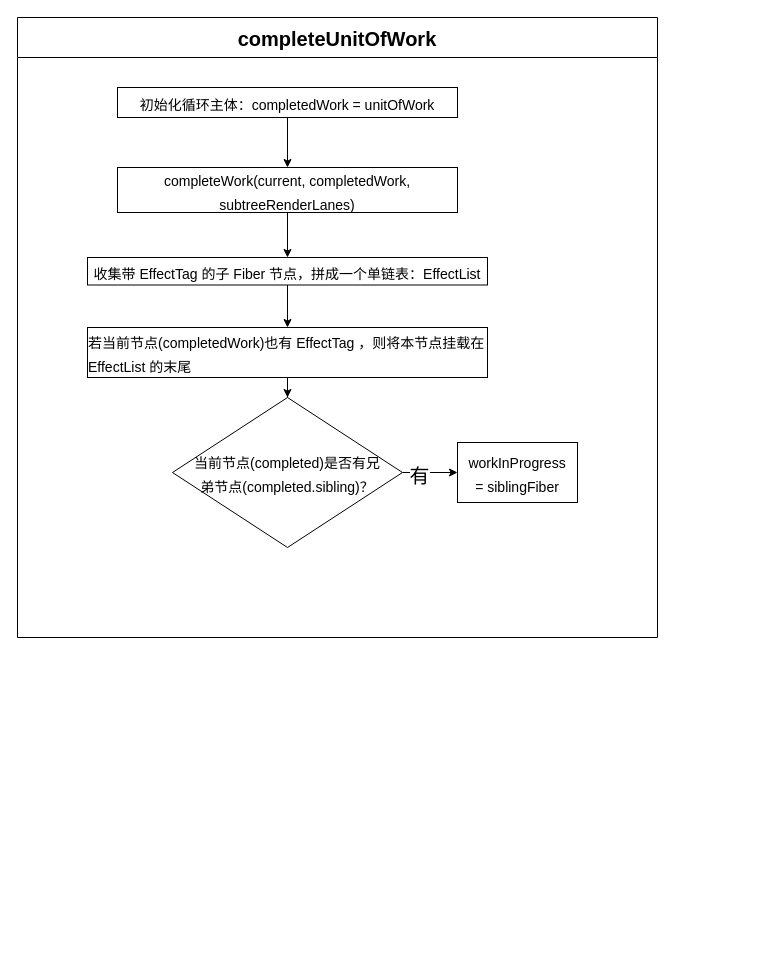
Array-Huang/blog keeps this draw.io diagram as react源码解析 - completeUnitOfWork流程图.drawio. Above is the earlier version. Source tidied: cells renumbered, new cells numbered last; positions are measured from the earlier drawing's top-left corner, leaving out a move shared by most shapes. Both pictures are drawn from the tidied source at 100%, with x=0, y=0 at pixel (17, 17).
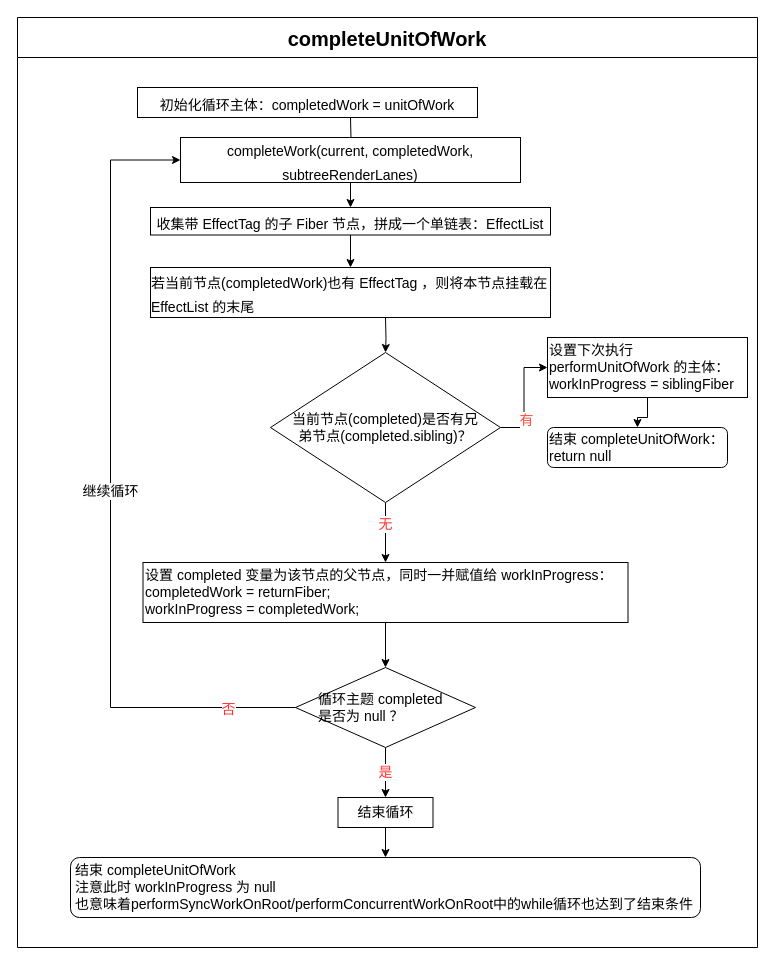
After the change.

Commit message (it also covers changes not shown here):
更新react源码解析 - completeUnitOfWork流程图.drawio

Change to the diagram source:
```diff
@@
     <mxCell id="2" value="completeUnitOfWork" style="swimlane;fontSize=20;startSize=40;" parent="1" vertex="1">
-      <mxGeometry width="640" height="620" as="geometry" />
+      <mxGeometry width="740" height="930" as="geometry" />
     </mxCell>
-    <mxCell id="3" style="edgeStyle=orthogonalEdgeStyle;rounded=0;jettySize=auto;html=1;fontSize=20;" parent="2" edge="1" source="4" target="6">
-      <mxGeometry relative="1" as="geometry" />
+    <mxCell id="3" style="edgeStyle=orthogonalEdgeStyle;rounded=0;jettySize=auto;html=1;fontSize=20;" parent="2" edge="1" target="6">
+      <mxGeometry relative="1" as="geometry">
+        <mxPoint x="333" y="100" as="sourcePoint" />
+      </mxGeometry>
     </mxCell>
     <mxCell id="4" value="&lt;font style=&quot;font-size: 14px&quot;&gt;初始化循环主体：completedWork = unitOfWork&lt;/font&gt;" style="rounded=0;whiteSpace=wrap;html=1;fontSize=20;" parent="2" vertex="1">
-      <mxGeometry x="100" y="70" width="340" height="30" as="geometry" />
+      <mxGeometry x="120" y="70" width="340" height="30" as="geometry" />
     </mxCell>
@@
     <mxCell id="6" value="&lt;font style=&quot;font-size: 14px&quot;&gt;completeWork(current, completedWork, subtreeRenderLanes)&lt;/font&gt;" style="whiteSpace=wrap;html=1;rounded=0;fontSize=20;" parent="2" vertex="1">
-      <mxGeometry x="100" y="150" width="340" height="45" as="geometry" />
+      <mxGeometry x="163" y="120" width="340" height="45" as="geometry" />
     </mxCell>
@@
     <mxCell id="8" value="&lt;font style=&quot;font-size: 14px&quot;&gt;收集带 EffectTag 的子 Fiber 节点，拼成一个单链表：EffectList&lt;/font&gt;" style="whiteSpace=wrap;html=1;rounded=0;fontSize=20;" parent="2" vertex="1">
-      <mxGeometry x="70" y="240" width="400" height="27.5" as="geometry" />
+      <mxGeometry x="133" y="190" width="400" height="27.5" as="geometry" />
     </mxCell>
-    <mxCell id="9" style="edgeStyle=orthogonalEdgeStyle;rounded=0;jettySize=auto;html=1;fontSize=20;" parent="2" edge="1" source="10" target="13">
-      <mxGeometry relative="1" as="geometry" />
+    <mxCell id="9" style="edgeStyle=orthogonalEdgeStyle;rounded=0;jettySize=auto;html=1;fontSize=20;" parent="2" edge="1" target="13">
+      <mxGeometry relative="1" as="geometry">
+        <mxPoint x="368" y="300" as="sourcePoint" />
+      </mxGeometry>
     </mxCell>
     <mxCell id="10" value="&lt;div style=&quot;text-align: left&quot;&gt;&lt;span style=&quot;font-size: 14px&quot;&gt;若当前节点(completedWork)也有 EffectTag ，则将本节点挂载在 EffectList 的末尾&lt;/span&gt;&lt;/div&gt;" style="whiteSpace=wrap;html=1;rounded=0;fontSize=20;" parent="2" vertex="1">
-      <mxGeometry x="70" y="310" width="400" height="50" as="geometry" />
+      <mxGeometry x="133" y="250" width="400" height="50" as="geometry" />
     </mxCell>
-    <mxCell id="11" style="edgeStyle=orthogonalEdgeStyle;rounded=0;jettySize=auto;html=1;fontSize=20;" parent="2" edge="1" source="13" target="14">
+    <mxCell id="11" style="edgeStyle=orthogonalEdgeStyle;rounded=0;jettySize=auto;html=1;fontSize=20;entryX=0;entryY=0.5;entryDx=0;entryDy=0;" parent="2" edge="1" source="13" target="14">
       <mxGeometry relative="1" as="geometry" />
     </mxCell>
-    <mxCell id="12" value="有" style="edgeLabel;html=1;align=center;verticalAlign=middle;fontSize=20;" parent="11" vertex="1">
+    <mxCell id="12" value="&lt;font color=&quot;#ff4d40&quot;&gt;有&lt;/font&gt;" style="edgeLabel;html=1;align=center;verticalAlign=middle;fontSize=14;" parent="11" vertex="1">
       <mxGeometry x="-0.42" y="-2" relative="1" as="geometry" />
     </mxCell>
+    <mxCell id="15" style="edgeStyle=orthogonalEdgeStyle;rounded=0;jettySize=auto;html=1;fontSize=14;" parent="2" edge="1" source="13" target="20">
+      <mxGeometry relative="1" as="geometry" />
+    </mxCell>
+    <mxCell id="16" value="&lt;font color=&quot;#ff3333&quot;&gt;无&lt;/font&gt;" style="edgeLabel;html=1;align=center;verticalAlign=middle;fontSize=14;" parent="15" vertex="1">
+      <mxGeometry x="-0.31" y="-1" relative="1" as="geometry" />
+    </mxCell>
-    <mxCell id="13" value="&lt;font style=&quot;font-size: 14px&quot;&gt;当前节点(completed)是否有兄弟节点(completed.sibling)？&lt;/font&gt;" style="rhombus;whiteSpace=wrap;html=1;rounded=0;fontSize=20;spacing=23;" parent="2" vertex="1">
-      <mxGeometry x="155" y="380" width="230" height="150" as="geometry" />
+    <mxCell id="13" value="&lt;font style=&quot;font-size: 14px&quot;&gt;当前节点(completed)是否有兄弟节点(completed.sibling)？&lt;/font&gt;" style="rhombus;whiteSpace=wrap;html=1;rounded=0;fontSize=14;spacing=23;" parent="2" vertex="1">
+      <mxGeometry x="253" y="335" width="230" height="150" as="geometry" />
     </mxCell>
+    <mxCell id="17" style="edgeStyle=orthogonalEdgeStyle;rounded=0;jettySize=auto;html=1;fontSize=14;" parent="2" edge="1" source="14" target="18">
+      <mxGeometry relative="1" as="geometry" />
+    </mxCell>
-    <mxCell id="14" value="&lt;font style=&quot;font-size: 14px&quot;&gt;workInProgress = siblingFiber&lt;/font&gt;" style="whiteSpace=wrap;html=1;rounded=0;fontSize=20;spacing=23;" parent="2" vertex="1">
-      <mxGeometry x="440" y="425" width="120" height="60" as="geometry" />
+    <mxCell id="14" value="&lt;font style=&quot;font-size: 14px&quot;&gt;设置下次执行 performUnitOfWork 的主体：workInProgress = siblingFiber&lt;/font&gt;" style="whiteSpace=wrap;html=1;rounded=0;fontSize=14;spacing=2;align=left;" parent="2" vertex="1">
+      <mxGeometry x="530" y="320" width="200" height="60" as="geometry" />
     </mxCell>
+    <mxCell id="18" value="结束 completeUnitOfWork：&lt;br&gt;return null" style="rounded=1;whiteSpace=wrap;html=1;fontSize=14;align=left;" parent="2" vertex="1">
+      <mxGeometry x="530" y="410" width="180" height="40" as="geometry" />
+    </mxCell>
+    <mxCell id="19" style="edgeStyle=orthogonalEdgeStyle;rounded=0;jettySize=auto;html=1;fontSize=14;" parent="2" edge="1" source="20" target="24">
+      <mxGeometry relative="1" as="geometry" />
+    </mxCell>
+    <mxCell id="20" value="设置 completed 变量为该节点的父节点，同时一并赋值给 workInProgress：&lt;br&gt;completedWork = returnFiber;&lt;br&gt;workInProgress = completedWork;" style="whiteSpace=wrap;html=1;rounded=0;fontSize=14;spacing=2;align=left;" parent="2" vertex="1">
+      <mxGeometry x="125.5" y="545" width="485" height="60" as="geometry" />
+    </mxCell>
+    <mxCell id="21" value="&lt;font color=&quot;#ff3333&quot;&gt;是&lt;/font&gt;" style="edgeStyle=orthogonalEdgeStyle;rounded=0;jettySize=auto;html=1;fontSize=14;" parent="2" edge="1" source="24" target="26">
+      <mxGeometry relative="1" as="geometry" />
+    </mxCell>
+    <mxCell id="22" value="继续循环" style="edgeStyle=orthogonalEdgeStyle;rounded=0;jettySize=auto;html=1;exitX=0;exitY=0.5;exitDx=0;exitDy=0;entryX=0;entryY=0.5;entryDx=0;entryDy=0;fontSize=14;" parent="2" edge="1" source="24" target="6">
+      <mxGeometry relative="1" as="geometry">
+        <Array as="points">
+          <mxPoint x="93" y="690" />
+          <mxPoint x="93" y="143" />
+        </Array>
+      </mxGeometry>
+    </mxCell>
+    <mxCell id="23" value="&lt;font color=&quot;#ff3333&quot;&gt;否&lt;/font&gt;" style="edgeLabel;html=1;align=center;verticalAlign=middle;fontSize=14;" parent="22" vertex="1">
+      <mxGeometry x="-0.83" y="1" relative="1" as="geometry" />
+    </mxCell>
+    <mxCell id="24" value="循环主题 completed 是否为 null ？" style="rhombus;whiteSpace=wrap;html=1;rounded=0;fontSize=14;align=left;spacing=23;" parent="2" vertex="1">
+      <mxGeometry x="278" y="650" width="180" height="80" as="geometry" />
+    </mxCell>
+    <mxCell id="25" style="edgeStyle=orthogonalEdgeStyle;rounded=0;jettySize=auto;html=1;fontSize=14;entryX=0.5;entryY=0;entryDx=0;entryDy=0;entryPerimeter=0;" parent="2" edge="1" source="26" target="27">
+      <mxGeometry relative="1" as="geometry" />
+    </mxCell>
+    <mxCell id="26" value="结束循环" style="whiteSpace=wrap;html=1;rounded=0;fontSize=14;align=center;spacing=2;" parent="2" vertex="1">
+      <mxGeometry x="320.5" y="780" width="95" height="30" as="geometry" />
+    </mxCell>
+    <mxCell id="27" value="结束 completeUnitOfWork&lt;br&gt;注意此时 workInProgress 为 null&lt;br&gt;也意味着performSyncWorkOnRoot/performConcurrentWorkOnRoot中的while循环也达到了结束条件" style="rounded=1;whiteSpace=wrap;html=1;fontSize=14;align=left;spacing=5;" parent="2" vertex="1">
+      <mxGeometry x="53" y="840" width="630" height="60" as="geometry" />
+    </mxCell>
```
